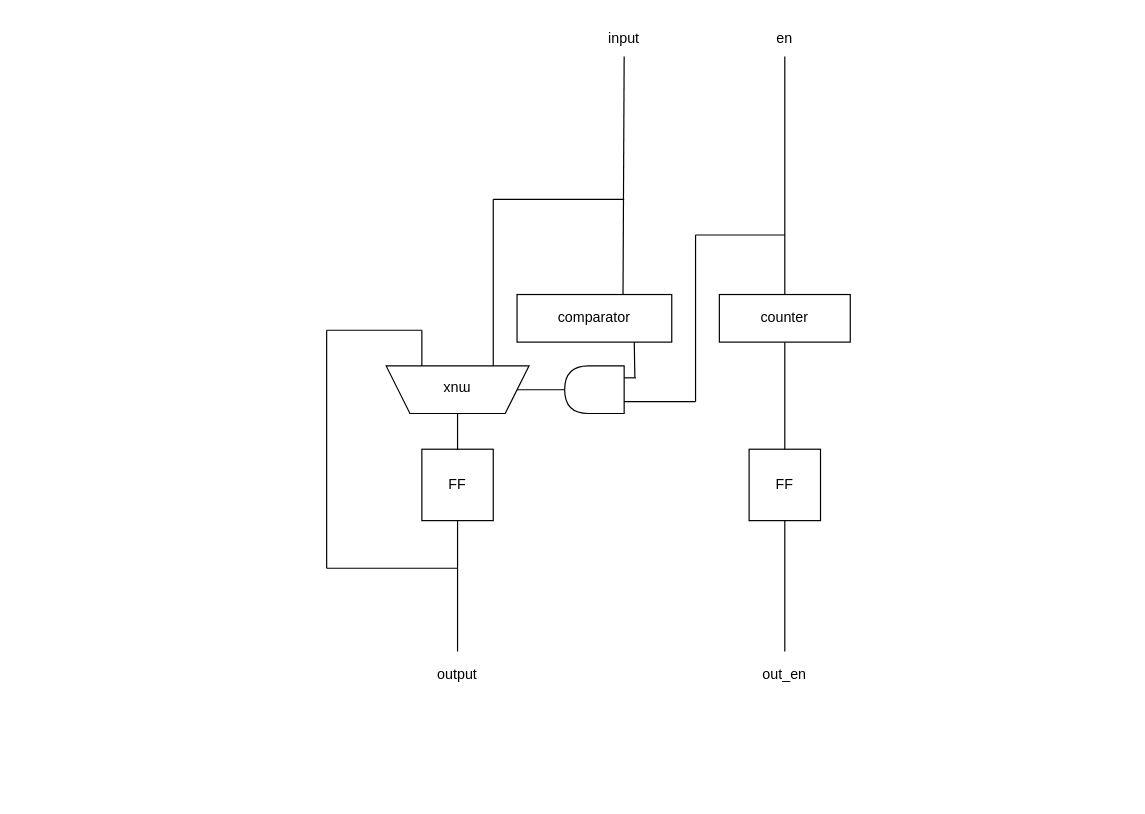
Earlier version of the draw.io diagram diagram/maxpooling.drawio (thousrm/universal_NPU-CNN_accelerator). Source tidied: cells renumbered, new cells numbered last; positions are measured from the earlier drawing's top-left corner, leaving out a move shared by most shapes. Both pictures are drawn from the tidied source at 119%, with x=0, y=0 at pixel (326, 20).
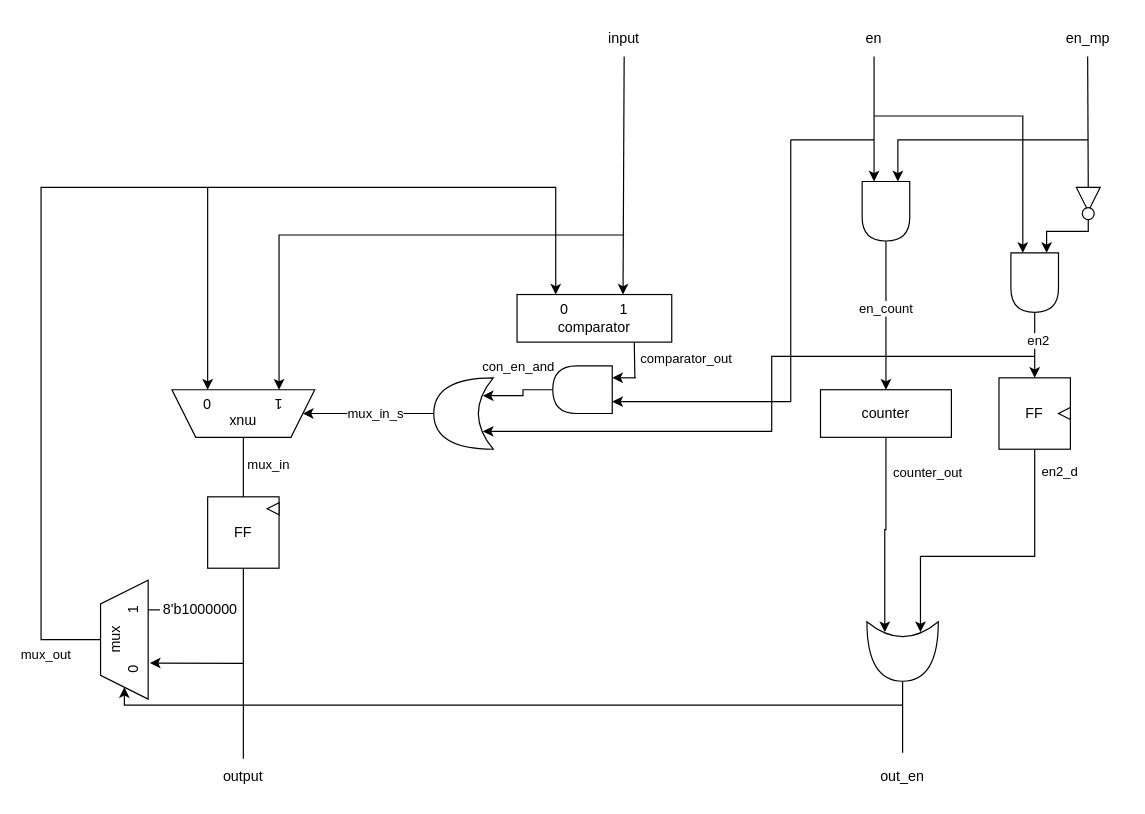
The same diagram, later.

The change refers to these unchanged cells:
```xml
<mxCell id="5" value="input" style="text;html=1;strokeColor=none;fillColor=none;align=center;verticalAlign=middle;whiteSpace=wrap;rounded=0;" parent="1" vertex="1">
  <mxGeometry x="220" width="60" height="30" as="geometry" />
</mxCell>
<mxCell id="12" style="endArrow=none;html=1;rounded=0;entryX=0.75;entryY=1;entryDx=0;entryDy=0;" parent="1" edge="1">
  <mxGeometry relative="1" as="geometry">
    <mxPoint x="259" y="300" as="sourcePoint" />
    <mxPoint x="258.5" y="270" as="targetPoint" />
  </mxGeometry>
</mxCell>
<mxCell id="20" style="endArrow=none;html=1;rounded=0;exitX=0.5;exitY=0;exitDx=0;exitDy=0;entryX=0.5;entryY=0;entryDx=0;entryDy=0;" parent="1" edge="1" source="18" target="3">
  <mxGeometry relative="1" as="geometry" />
</mxCell>
```

Diff of the diagram source:
```diff
@@
-    <mxCell id="2" value="comparator" style="rounded=0;whiteSpace=wrap;html=1;" parent="1" vertex="1">
+    <mxCell id="2" value="0&amp;nbsp; &amp;nbsp; &amp;nbsp; &amp;nbsp; &amp;nbsp; &amp;nbsp; &amp;nbsp;1&lt;br&gt;comparator" style="rounded=0;whiteSpace=wrap;html=1;" parent="1" vertex="1">
       <mxGeometry x="160" y="230" width="130" height="40" as="geometry" />
     </mxCell>
-    <mxCell id="3" value="mux" style="shape=trapezoid;perimeter=trapezoidPerimeter;whiteSpace=wrap;html=1;fixedSize=1;rotation=-180;horizontal=1;" parent="1" vertex="1">
-      <mxGeometry x="50" y="290" width="120" height="40" as="geometry" />
+    <mxCell id="3" value="mux&lt;br&gt;1&amp;nbsp; &amp;nbsp; &amp;nbsp; &amp;nbsp; &amp;nbsp; &amp;nbsp; &amp;nbsp; &amp;nbsp; 0" style="shape=trapezoid;perimeter=trapezoidPerimeter;whiteSpace=wrap;html=1;fixedSize=1;rotation=-180;horizontal=1;" parent="1" vertex="1">
+      <mxGeometry x="-130" y="310" width="120" height="40" as="geometry" />
     </mxCell>
     <mxCell id="4" value="en" style="text;html=1;strokeColor=none;fillColor=none;align=center;verticalAlign=middle;whiteSpace=wrap;rounded=0;" parent="1" vertex="1">
-      <mxGeometry x="355" width="60" height="30" as="geometry" />
+      <mxGeometry x="430" width="60" height="30" as="geometry" />
     </mxCell>
@@
+    <mxCell id="30" style="edgeStyle=orthogonalEdgeStyle;rounded=0;jettySize=auto;html=1;entryX=0.175;entryY=0.75;entryDx=0;entryDy=0;entryPerimeter=0;" parent="1" edge="1" source="6" target="65">
+      <mxGeometry relative="1" as="geometry" />
+    </mxCell>
+    <mxCell id="31" value="counter_out" style="edgeLabel;html=1;align=center;verticalAlign=middle;" parent="30" vertex="1">
+      <mxGeometry x="-0.55" y="1" relative="1" as="geometry">
+        <mxPoint x="33" y="-8" as="offset" />
+      </mxGeometry>
+    </mxCell>
     <mxCell id="6" value="counter" style="rounded=0;whiteSpace=wrap;html=1;" parent="1" vertex="1">
-      <mxGeometry x="330" y="230" width="110" height="40" as="geometry" />
+      <mxGeometry x="415" y="310" width="110" height="40" as="geometry" />
     </mxCell>
-    <mxCell id="7" style="endArrow=none;html=1;rounded=0;exitX=0.5;exitY=0;exitDx=0;exitDy=0;entryX=0.5;entryY=1;entryDx=0;entryDy=0;" parent="1" edge="1" source="6" target="4">
+    <mxCell id="7" style="endArrow=none;html=1;rounded=0;entryX=0.5;entryY=1;entryDx=0;entryDy=0;startArrow=classic;startFill=1;exitX=0;exitY=0.75;exitDx=0;exitDy=0;" parent="1" edge="1" source="40" target="4">
       <mxGeometry relative="1" as="geometry" />
     </mxCell>
-    <mxCell id="8" style="endArrow=none;html=1;rounded=0;entryX=0.5;entryY=1;entryDx=0;entryDy=0;exitX=0.685;exitY=0;exitDx=0;exitDy=0;exitPerimeter=0;" parent="1" edge="1" source="2" target="5">
+    <mxCell id="8" style="endArrow=none;html=1;rounded=0;entryX=0.5;entryY=1;entryDx=0;entryDy=0;exitX=0.685;exitY=0;exitDx=0;exitDy=0;exitPerimeter=0;strokeColor=default;startArrow=classic;startFill=1;" parent="1" edge="1" source="2" target="5">
       <mxGeometry relative="1" as="geometry" />
     </mxCell>
-    <mxCell id="9" style="endArrow=none;html=1;rounded=0;" parent="1" edge="1">
-      <mxGeometry relative="1" as="geometry">
-        <mxPoint x="140" y="150" as="sourcePoint" />
-        <mxPoint x="250" y="150" as="targetPoint" />
-      </mxGeometry>
-    </mxCell>
-    <mxCell id="10" style="endArrow=none;html=1;rounded=0;exitX=0.25;exitY=1;exitDx=0;exitDy=0;" parent="1" edge="1" source="3">
-      <mxGeometry relative="1" as="geometry">
-        <mxPoint x="140" y="150" as="targetPoint" />
-      </mxGeometry>
-    </mxCell>
+    <mxCell id="32" style="edgeStyle=orthogonalEdgeStyle;rounded=0;jettySize=auto;html=1;entryX=0.175;entryY=0.75;entryDx=0;entryDy=0;entryPerimeter=0;" parent="1" edge="1" source="11" target="55">
+      <mxGeometry relative="1" as="geometry" />
+    </mxCell>
+    <mxCell id="33" value="con_en_and" style="edgeLabel;html=1;align=center;verticalAlign=middle;" parent="32" vertex="1">
+      <mxGeometry x="0.07" y="-2" relative="1" as="geometry">
+        <mxPoint x="-1" y="-23" as="offset" />
+      </mxGeometry>
+    </mxCell>
     <mxCell id="11" style="shape=delay;whiteSpace=wrap;html=1;rotation=-180;" parent="1" vertex="1">
-      <mxGeometry x="200" y="290" width="50" height="40" as="geometry" />
+      <mxGeometry x="190" y="290" width="50" height="40" as="geometry" />
     </mxCell>
@@
+    <mxCell id="34" value="comparator_out" style="edgeLabel;html=1;align=center;verticalAlign=middle;" parent="12" vertex="1">
+      <mxGeometry x="-0.3" y="1" relative="1" as="geometry">
+        <mxPoint x="44" y="-6" as="offset" />
+      </mxGeometry>
+    </mxCell>
-    <mxCell id="13" style="endArrow=none;html=1;rounded=0;exitX=0;exitY=0.75;exitDx=0;exitDy=0;" parent="1" edge="1" source="11">
+    <mxCell id="13" style="endArrow=none;html=1;rounded=0;exitX=0;exitY=0.75;exitDx=0;exitDy=0;startArrow=classic;startFill=1;" parent="1" edge="1" source="11">
       <mxGeometry relative="1" as="geometry">
         <mxPoint x="260" y="300" as="targetPoint" />
       </mxGeometry>
     </mxCell>
     <mxCell id="14" style="endArrow=none;html=1;rounded=0;" parent="1" edge="1">
       <mxGeometry relative="1" as="geometry">
-        <mxPoint x="310" y="180" as="sourcePoint" />
-        <mxPoint x="385" y="180" as="targetPoint" />
+        <mxPoint x="390" y="100" as="sourcePoint" />
+        <mxPoint x="460" y="100" as="targetPoint" />
       </mxGeometry>
     </mxCell>
     <mxCell id="15" style="endArrow=none;html=1;rounded=0;" parent="1" edge="1">
       <mxGeometry relative="1" as="geometry">
-        <mxPoint x="310" y="320" as="sourcePoint" />
-        <mxPoint x="310" y="180" as="targetPoint" />
+        <mxPoint x="390" y="320" as="sourcePoint" />
+        <mxPoint x="390" y="100" as="targetPoint" />
       </mxGeometry>
     </mxCell>
-    <mxCell id="16" style="endArrow=none;html=1;rounded=0;exitX=0;exitY=0.25;exitDx=0;exitDy=0;" parent="1" edge="1" source="11">
+    <mxCell id="16" style="endArrow=none;html=1;rounded=0;exitX=0;exitY=0.25;exitDx=0;exitDy=0;startArrow=classic;startFill=1;" parent="1" edge="1" source="11">
       <mxGeometry relative="1" as="geometry">
-        <mxPoint x="310" y="320" as="targetPoint" />
+        <mxPoint x="390" y="320" as="targetPoint" />
       </mxGeometry>
     </mxCell>
-    <mxCell id="17" style="endArrow=none;html=1;rounded=0;exitX=0;exitY=0.5;exitDx=0;exitDy=0;entryX=1;entryY=0.5;entryDx=0;entryDy=0;" parent="1" edge="1" source="3" target="11">
-      <mxGeometry relative="1" as="geometry" />
-    </mxCell>
     <mxCell id="18" value="FF" style="rounded=0;whiteSpace=wrap;html=1;" parent="1" vertex="1">
-      <mxGeometry x="80" y="360" width="60" height="60" as="geometry" />
+      <mxGeometry x="-100" y="400" width="60" height="60" as="geometry" />
     </mxCell>
     <mxCell id="19" style="endArrow=none;html=1;rounded=0;exitX=0.5;exitY=1;exitDx=0;exitDy=0;" parent="1" edge="1" source="18">
       <mxGeometry relative="1" as="geometry">
-        <mxPoint x="110" y="530" as="targetPoint" />
+        <mxPoint x="-70" y="620" as="targetPoint" />
       </mxGeometry>
     </mxCell>
@@
-    <mxCell id="21" style="endArrow=none;html=1;rounded=0;" parent="1" edge="1">
-      <mxGeometry relative="1" as="geometry">
-        <mxPoint x="110" y="460" as="sourcePoint" />
-        <mxPoint y="460" as="targetPoint" />
-      </mxGeometry>
-    </mxCell>
-    <mxCell id="22" style="endArrow=none;html=1;rounded=0;" parent="1" edge="1">
-      <mxGeometry relative="1" as="geometry">
-        <mxPoint y="460" as="sourcePoint" />
-        <mxPoint y="260" as="targetPoint" />
-      </mxGeometry>
-    </mxCell>
-    <mxCell id="23" style="endArrow=none;html=1;rounded=0;" parent="1" edge="1">
-      <mxGeometry relative="1" as="geometry">
-        <mxPoint y="260" as="sourcePoint" />
-        <mxPoint x="80" y="260" as="targetPoint" />
-      </mxGeometry>
-    </mxCell>
-    <mxCell id="24" style="endArrow=none;html=1;rounded=0;exitX=0.75;exitY=1;exitDx=0;exitDy=0;" parent="1" edge="1" source="3">
-      <mxGeometry relative="1" as="geometry">
-        <mxPoint x="80" y="260" as="targetPoint" />
-      </mxGeometry>
-    </mxCell>
-    <mxCell id="25" value="FF" style="rounded=0;whiteSpace=wrap;html=1;" parent="1" vertex="1">
-      <mxGeometry x="355" y="360" width="60" height="60" as="geometry" />
-    </mxCell>
-    <mxCell id="26" style="endArrow=none;html=1;rounded=0;entryX=0.5;entryY=1;entryDx=0;entryDy=0;exitX=0.5;exitY=0;exitDx=0;exitDy=0;" parent="1" edge="1" source="25" target="6">
-      <mxGeometry relative="1" as="geometry" />
-    </mxCell>
+    <mxCell id="35" value="mux_in" style="edgeLabel;html=1;align=center;verticalAlign=middle;" parent="20" vertex="1">
+      <mxGeometry x="0.13" y="1" relative="1" as="geometry">
+        <mxPoint x="21" as="offset" />
+      </mxGeometry>
+    </mxCell>
-    <mxCell id="27" style="endArrow=none;html=1;rounded=0;entryX=0.5;entryY=1;entryDx=0;entryDy=0;" parent="1" edge="1" target="25">
+    <mxCell id="27" style="endArrow=none;html=1;rounded=0;entryX=1;entryY=0.5;entryDx=0;entryDy=0;entryPerimeter=0;" parent="1" edge="1" target="65">
       <mxGeometry relative="1" as="geometry">
-        <mxPoint x="385" y="530" as="sourcePoint" />
+        <mxPoint x="484" y="615" as="sourcePoint" />
       </mxGeometry>
     </mxCell>
     <mxCell id="28" value="output" style="text;html=1;strokeColor=none;fillColor=none;align=center;verticalAlign=middle;whiteSpace=wrap;rounded=0;" parent="1" vertex="1">
-      <mxGeometry x="80" y="535" width="60" height="30" as="geometry" />
+      <mxGeometry x="-100" y="620" width="60" height="30" as="geometry" />
     </mxCell>
     <mxCell id="29" value="out_en" style="text;html=1;strokeColor=none;fillColor=none;align=center;verticalAlign=middle;whiteSpace=wrap;rounded=0;" parent="1" vertex="1">
-      <mxGeometry x="355" y="535" width="60" height="30" as="geometry" />
+      <mxGeometry x="454" y="620" width="60" height="30" as="geometry" />
     </mxCell>
+    <mxCell id="36" value="en_mp" style="text;html=1;strokeColor=none;fillColor=none;align=center;verticalAlign=middle;whiteSpace=wrap;rounded=0;" parent="1" vertex="1">
+      <mxGeometry x="610" width="60" height="30" as="geometry" />
+    </mxCell>
+    <mxCell id="37" style="endArrow=none;html=1;rounded=0;entryX=0.5;entryY=1;entryDx=0;entryDy=0;" parent="1" edge="1">
+      <mxGeometry relative="1" as="geometry">
+        <mxPoint x="640" y="140" as="sourcePoint" />
+        <mxPoint x="639.5" y="30" as="targetPoint" />
+      </mxGeometry>
+    </mxCell>
+    <mxCell id="38" style="edgeStyle=orthogonalEdgeStyle;rounded=0;jettySize=auto;html=1;exitX=1;exitY=0.5;exitDx=0;exitDy=0;" parent="1" edge="1" source="40" target="6">
+      <mxGeometry relative="1" as="geometry" />
+    </mxCell>
+    <mxCell id="39" value="en_count" style="edgeLabel;html=1;align=center;verticalAlign=middle;" parent="38" vertex="1">
+      <mxGeometry x="-0.1" y="-1" relative="1" as="geometry" />
+    </mxCell>
+    <mxCell id="40" style="shape=delay;whiteSpace=wrap;html=1;rotation=90;" parent="1" vertex="1">
+      <mxGeometry x="445" y="140" width="50" height="40" as="geometry" />
+    </mxCell>
+    <mxCell id="41" style="endArrow=none;html=1;rounded=0;exitX=0;exitY=0.25;exitDx=0;exitDy=0;startArrow=classic;startFill=1;" parent="1" edge="1" source="40">
+      <mxGeometry relative="1" as="geometry">
+        <mxPoint x="640" y="100" as="targetPoint" />
+        <Array as="points">
+          <mxPoint x="480" y="100" />
+        </Array>
+      </mxGeometry>
+    </mxCell>
+    <mxCell id="42" style="edgeStyle=orthogonalEdgeStyle;rounded=0;jettySize=auto;html=1;entryX=0;entryY=0.25;entryDx=0;entryDy=0;" parent="1" edge="1" source="43" target="47">
+      <mxGeometry relative="1" as="geometry">
+        <Array as="points">
+          <mxPoint x="640" y="177" />
+          <mxPoint x="605" y="177" />
+        </Array>
+      </mxGeometry>
+    </mxCell>
+    <mxCell id="43" style="triangle;whiteSpace=wrap;html=1;rotation=90;" parent="1" vertex="1">
+      <mxGeometry x="630" y="140" width="20" height="20" as="geometry" />
+    </mxCell>
+    <mxCell id="44" style="ellipse;whiteSpace=wrap;html=1;" parent="1" vertex="1">
+      <mxGeometry x="635" y="157" width="10" height="10" as="geometry" />
+    </mxCell>
+    <mxCell id="45" style="edgeStyle=orthogonalEdgeStyle;rounded=0;jettySize=auto;html=1;entryX=0.5;entryY=0;entryDx=0;entryDy=0;" parent="1" edge="1" source="47" target="25">
+      <mxGeometry relative="1" as="geometry" />
+    </mxCell>
+    <mxCell id="46" value="en2" style="edgeLabel;html=1;align=center;verticalAlign=middle;" parent="45" vertex="1">
+      <mxGeometry x="-0.15" y="2" relative="1" as="geometry" />
+    </mxCell>
+    <mxCell id="47" style="shape=delay;whiteSpace=wrap;html=1;rotation=90;" parent="1" vertex="1">
+      <mxGeometry x="570" y="200" width="50" height="40" as="geometry" />
+    </mxCell>
+    <mxCell id="48" style="endArrow=classic;html=1;rounded=0;entryX=0;entryY=0.75;entryDx=0;entryDy=0;" parent="1" edge="1" target="47">
+      <mxGeometry relative="1" as="geometry">
+        <mxPoint x="460" y="80" as="sourcePoint" />
+        <Array as="points">
+          <mxPoint x="585" y="80" />
+        </Array>
+      </mxGeometry>
+    </mxCell>
+    <mxCell id="49" style="edgeStyle=orthogonalEdgeStyle;rounded=0;jettySize=auto;html=1;entryX=0.175;entryY=0.25;entryDx=0;entryDy=0;entryPerimeter=0;exitX=0.5;exitY=1;exitDx=0;exitDy=0;" parent="1" edge="1" source="25" target="65">
+      <mxGeometry relative="1" as="geometry">
+        <Array as="points">
+          <mxPoint x="595" y="450" />
+          <mxPoint x="499" y="450" />
+        </Array>
+      </mxGeometry>
+    </mxCell>
+    <mxCell id="50" value="en2_d" style="edgeLabel;html=1;align=center;verticalAlign=middle;" parent="49" vertex="1">
+      <mxGeometry x="-0.86" relative="1" as="geometry">
+        <mxPoint x="20" y="1" as="offset" />
+      </mxGeometry>
+    </mxCell>
+    <mxCell id="25" value="FF" style="rounded=0;whiteSpace=wrap;html=1;" parent="1" vertex="1">
+      <mxGeometry x="565" y="300" width="60" height="60" as="geometry" />
+    </mxCell>
+    <mxCell id="51" style="triangle;whiteSpace=wrap;html=1;rotation=-180;" parent="1" vertex="1">
+      <mxGeometry x="-50" y="405" width="10" height="10" as="geometry" />
+    </mxCell>
+    <mxCell id="52" style="triangle;whiteSpace=wrap;html=1;rotation=-180;" parent="1" vertex="1">
+      <mxGeometry x="615" y="325" width="10" height="10" as="geometry" />
+    </mxCell>
+    <mxCell id="53" style="edgeStyle=orthogonalEdgeStyle;rounded=0;jettySize=auto;html=1;" parent="1" edge="1" source="55" target="3">
+      <mxGeometry relative="1" as="geometry" />
+    </mxCell>
+    <mxCell id="54" value="mux_in_s" style="edgeLabel;html=1;align=center;verticalAlign=middle;" parent="53" vertex="1">
+      <mxGeometry x="-0.1" y="-1" relative="1" as="geometry" />
+    </mxCell>
+    <mxCell id="55" style="shape=xor;whiteSpace=wrap;html=1;rotation=-180;" parent="1" vertex="1">
+      <mxGeometry x="90" y="300" width="50" height="60" as="geometry" />
+    </mxCell>
+    <mxCell id="56" style="endArrow=classic;html=1;rounded=0;entryX=0.175;entryY=0.25;entryDx=0;entryDy=0;entryPerimeter=0;" parent="1" edge="1" target="55">
+      <mxGeometry relative="1" as="geometry">
+        <mxPoint x="595" y="282" as="sourcePoint" />
+        <Array as="points">
+          <mxPoint x="374" y="282" />
+          <mxPoint x="374" y="345" />
+          <mxPoint x="160" y="345" />
+        </Array>
+      </mxGeometry>
+    </mxCell>
+    <mxCell id="57" style="edgeStyle=orthogonalEdgeStyle;rounded=0;jettySize=auto;html=1;entryX=0.25;entryY=0;entryDx=0;entryDy=0;" parent="1" edge="1" source="59" target="2">
+      <mxGeometry relative="1" as="geometry">
+        <Array as="points">
+          <mxPoint x="-240" y="520" />
+          <mxPoint x="-240" y="140" />
+          <mxPoint x="193" y="140" />
+        </Array>
+      </mxGeometry>
+    </mxCell>
+    <mxCell id="58" value="mux_out" style="edgeLabel;html=1;align=center;verticalAlign=middle;" parent="57" vertex="1">
+      <mxGeometry x="-0.56" relative="1" as="geometry">
+        <mxPoint x="3" y="172" as="offset" />
+      </mxGeometry>
+    </mxCell>
+    <mxCell id="59" value="mux&lt;br&gt;0&amp;nbsp; &amp;nbsp; &amp;nbsp; &amp;nbsp; &amp;nbsp; &amp;nbsp; &amp;nbsp;1" style="shape=trapezoid;perimeter=trapezoidPerimeter;whiteSpace=wrap;html=1;fixedSize=1;rotation=-90;horizontal=1;" parent="1" vertex="1">
+      <mxGeometry x="-220" y="500" width="100" height="40" as="geometry" />
+    </mxCell>
+    <mxCell id="60" style="endArrow=classic;html=1;rounded=0;entryX=0.303;entryY=1.036;entryDx=0;entryDy=0;entryPerimeter=0;" parent="1" edge="1" target="59">
+      <mxGeometry relative="1" as="geometry">
+        <mxPoint x="-70" y="540" as="sourcePoint" />
+      </mxGeometry>
+    </mxCell>
+    <mxCell id="61" value="8'b1000000" style="text;html=1;strokeColor=none;fillColor=none;align=center;verticalAlign=middle;whiteSpace=wrap;rounded=0;" parent="1" vertex="1">
+      <mxGeometry x="-136" y="480" width="60" height="30" as="geometry" />
+    </mxCell>
+    <mxCell id="62" style="endArrow=none;html=1;rounded=0;exitX=0.75;exitY=1;exitDx=0;exitDy=0;" parent="1" edge="1" source="59">
+      <mxGeometry relative="1" as="geometry">
+        <mxPoint x="-140" y="495" as="targetPoint" />
+      </mxGeometry>
+    </mxCell>
+    <mxCell id="63" style="endArrow=classic;html=1;rounded=0;entryX=0.25;entryY=1;entryDx=0;entryDy=0;" parent="1" edge="1" target="3">
+      <mxGeometry relative="1" as="geometry">
+        <mxPoint x="250" y="180" as="sourcePoint" />
+        <Array as="points">
+          <mxPoint x="-40" y="180" />
+        </Array>
+      </mxGeometry>
+    </mxCell>
+    <mxCell id="64" style="endArrow=classic;html=1;rounded=0;entryX=0.75;entryY=1;entryDx=0;entryDy=0;" parent="1" edge="1" target="3">
+      <mxGeometry relative="1" as="geometry">
+        <mxPoint x="-100" y="140" as="sourcePoint" />
+      </mxGeometry>
+    </mxCell>
+    <mxCell id="65" style="shape=xor;whiteSpace=wrap;html=1;rotation=90;" parent="1" vertex="1">
+      <mxGeometry x="459" y="500" width="50" height="60" as="geometry" />
+    </mxCell>
+    <mxCell id="66" style="endArrow=classic;html=1;rounded=0;entryX=0;entryY=0.5;entryDx=0;entryDy=0;" parent="1" edge="1" target="59">
+      <mxGeometry relative="1" as="geometry">
+        <mxPoint x="484" y="575" as="sourcePoint" />
+        <Array as="points">
+          <mxPoint x="-170" y="575" />
+        </Array>
+      </mxGeometry>
+    </mxCell>
```
